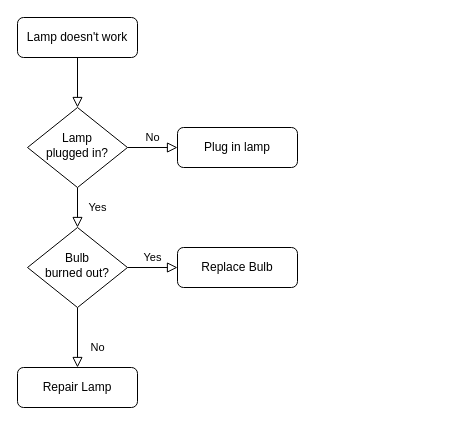
Earlier version of the draw.io diagram Untitled Diagram.drawio (FRITZ1U/hello-world). Source tidied: cells renumbered, new cells numbered last; positions are measured from the earlier drawing's top-left corner, leaving out a move shared by most shapes. Both pictures are drawn from the tidied source at 100%, with x=0, y=0 at pixel (17, 17).
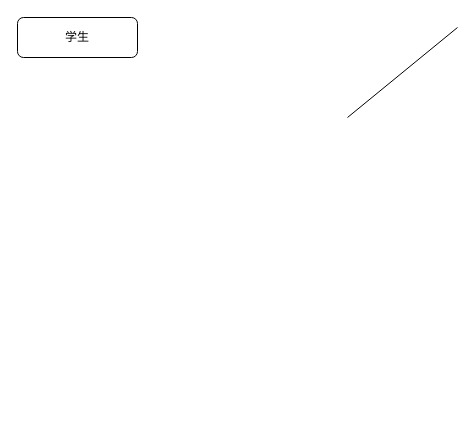
The same diagram, later.

The edit, as a diff of the source:
```diff
@@
 <mxGraphModel>
   <root>
     <mxCell id="0" />
     <mxCell id="1" parent="0" />
-    <mxCell id="2" style="rounded=0;html=1;jettySize=auto;fontSize=11;endArrow=block;endFill=0;endSize=8;strokeWidth=1;shadow=0;labelBackgroundColor=none;edgeStyle=orthogonalEdgeStyle;" parent="1" edge="1" source="3" target="6">
-      <mxGeometry relative="1" as="geometry" />
-    </mxCell>
-    <mxCell id="3" value="Lamp doesn't work" style="rounded=1;whiteSpace=wrap;html=1;fontSize=12;glass=0;strokeWidth=1;shadow=0;" parent="1" vertex="1">
+    <mxCell id="3" value="学生" style="rounded=1;whiteSpace=wrap;html=1;fontSize=12;glass=0;strokeWidth=1;shadow=0;" parent="1" vertex="1">
       <mxGeometry width="120" height="40" as="geometry" />
     </mxCell>
-    <mxCell id="4" value="Yes" style="rounded=0;html=1;jettySize=auto;fontSize=11;endArrow=block;endFill=0;endSize=8;strokeWidth=1;shadow=0;labelBackgroundColor=none;edgeStyle=orthogonalEdgeStyle;" parent="1" edge="1" source="6" target="10">
-      <mxGeometry y="20" relative="1" as="geometry" />
-    </mxCell>
-    <mxCell id="5" value="No" style="edgeStyle=orthogonalEdgeStyle;rounded=0;html=1;jettySize=auto;fontSize=11;endArrow=block;endFill=0;endSize=8;strokeWidth=1;shadow=0;labelBackgroundColor=none;" parent="1" edge="1" source="6" target="7">
-      <mxGeometry y="10" relative="1" as="geometry" />
-    </mxCell>
-    <mxCell id="6" value="Lamp&lt;br&gt;plugged in?" style="rhombus;whiteSpace=wrap;html=1;shadow=0;fontFamily=Helvetica;fontSize=12;align=center;strokeWidth=1;spacing=6;spacingTop=-4;" parent="1" vertex="1">
-      <mxGeometry x="10" y="90" width="100" height="80" as="geometry" />
-    </mxCell>
-    <mxCell id="7" value="Plug in lamp" style="rounded=1;whiteSpace=wrap;html=1;fontSize=12;glass=0;strokeWidth=1;shadow=0;" parent="1" vertex="1">
-      <mxGeometry x="160" y="110" width="120" height="40" as="geometry" />
-    </mxCell>
-    <mxCell id="8" value="No" style="rounded=0;html=1;jettySize=auto;fontSize=11;endArrow=block;endFill=0;endSize=8;strokeWidth=1;shadow=0;labelBackgroundColor=none;edgeStyle=orthogonalEdgeStyle;" parent="1" edge="1" source="10" target="11">
-      <mxGeometry x="0.33" y="20" relative="1" as="geometry" />
-    </mxCell>
-    <mxCell id="9" value="Yes" style="edgeStyle=orthogonalEdgeStyle;rounded=0;html=1;jettySize=auto;fontSize=11;endArrow=block;endFill=0;endSize=8;strokeWidth=1;shadow=0;labelBackgroundColor=none;" parent="1" edge="1" source="10" target="12">
-      <mxGeometry y="10" relative="1" as="geometry" />
-    </mxCell>
-    <mxCell id="10" value="Bulb&lt;br&gt;burned out?" style="rhombus;whiteSpace=wrap;html=1;shadow=0;fontFamily=Helvetica;fontSize=12;align=center;strokeWidth=1;spacing=6;spacingTop=-4;" parent="1" vertex="1">
-      <mxGeometry x="10" y="210" width="100" height="80" as="geometry" />
-    </mxCell>
-    <mxCell id="11" value="Repair Lamp" style="rounded=1;whiteSpace=wrap;html=1;fontSize=12;glass=0;strokeWidth=1;shadow=0;" parent="1" vertex="1">
-      <mxGeometry y="350" width="120" height="40" as="geometry" />
-    </mxCell>
-    <mxCell id="12" value="Replace Bulb" style="rounded=1;whiteSpace=wrap;html=1;fontSize=12;glass=0;strokeWidth=1;shadow=0;" parent="1" vertex="1">
-      <mxGeometry x="160" y="230" width="120" height="40" as="geometry" />
-    </mxCell>
+    <mxCell id="13" style="endArrow=none;html=1;" parent="1" edge="1">
+      <mxGeometry relative="1" as="geometry">
+        <mxPoint x="330" y="100" as="sourcePoint" />
+        <mxPoint x="440" y="10" as="targetPoint" />
+      </mxGeometry>
+    </mxCell>
   </root>
 </mxGraphModel>
```
